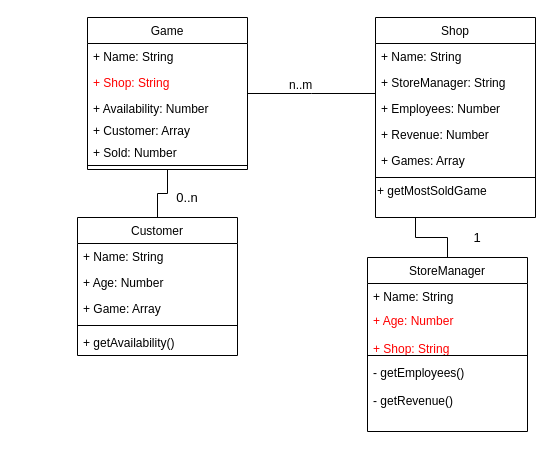
Earlier version of the draw.io diagram GameStop.drawio (loni18ac/GK3). Source tidied: cells renumbered, new cells numbered last; positions are measured from the earlier drawing's top-left corner, leaving out a move shared by most shapes. Both pictures are drawn from the tidied source at 100%, with x=0, y=0 at pixel (77, 17).
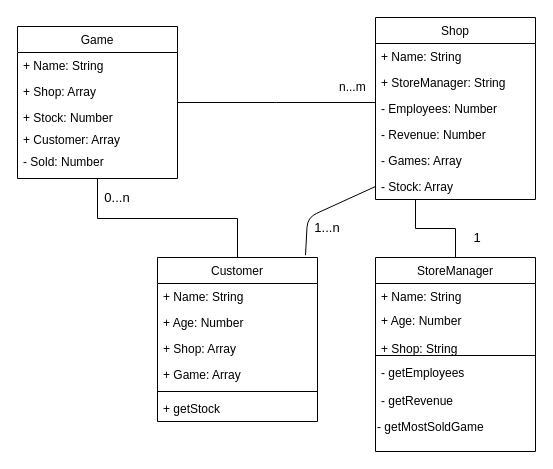
The same diagram, later.

The change refers to these unchanged cells:
```xml
<mxCell id="30" style="endArrow=none;shadow=0;strokeWidth=1;rounded=0;endFill=0;edgeStyle=elbowEdgeStyle;elbow=vertical;" parent="1" edge="1" source="2" target="22">
  <mxGeometry x="0.5" y="41" relative="1" as="geometry">
    <mxPoint x="-40" y="32" as="offset" />
  </mxGeometry>
</mxCell>
```

What changed in the source:
```diff
@@
     <mxCell id="2" value="Game" style="swimlane;fontStyle=0;align=center;verticalAlign=top;horizontal=1;startSize=26;rounded=0;shadow=0;strokeWidth=1;" parent="1" vertex="1">
-      <mxGeometry x="10" width="160" height="152" as="geometry" />
+      <mxGeometry x="-60" y="9" width="160" height="152" as="geometry" />
     </mxCell>
@@
-    <mxCell id="4" value="+ Shop: String" style="text;align=left;verticalAlign=top;spacingLeft=4;spacingRight=4;overflow=hidden;fontColor=#FF0000;" parent="2" vertex="1">
+    <mxCell id="4" value="+ Shop: Array" style="text;align=left;verticalAlign=top;spacingLeft=4;spacingRight=4;overflow=hidden;" parent="2" vertex="1">
       <mxGeometry y="52" width="160" height="26" as="geometry" />
     </mxCell>
-    <mxCell id="5" value="+ Availability: Number" style="text;align=left;verticalAlign=top;spacingLeft=4;spacingRight=4;overflow=hidden;rounded=0;shadow=0;html=0;" parent="2" vertex="1">
+    <mxCell id="5" value="+ Stock: Number" style="text;align=left;verticalAlign=top;spacingLeft=4;spacingRight=4;overflow=hidden;rounded=0;shadow=0;html=0;" parent="2" vertex="1">
       <mxGeometry y="78" width="160" height="22" as="geometry" />
     </mxCell>
@@
-    <mxCell id="7" value="+ Sold: Number" style="text;align=left;verticalAlign=top;spacingLeft=4;spacingRight=4;overflow=hidden;rounded=0;shadow=0;html=0;" parent="2" vertex="1">
+    <mxCell id="7" value="- Sold: Number" style="text;align=left;verticalAlign=top;spacingLeft=4;spacingRight=4;overflow=hidden;rounded=0;shadow=0;html=0;" parent="2" vertex="1">
       <mxGeometry y="122" width="160" height="22" as="geometry" />
     </mxCell>
-    <mxCell id="8" style="line;html=1;strokeWidth=1;align=left;verticalAlign=middle;spacingTop=-1;spacingLeft=3;spacingRight=3;labelPosition=right;" parent="2" vertex="1">
-      <mxGeometry y="144" width="160" height="8" as="geometry" />
-    </mxCell>
     <mxCell id="9" value="Customer" style="swimlane;fontStyle=0;align=center;verticalAlign=top;horizontal=1;startSize=26;rounded=0;shadow=0;strokeWidth=1;" parent="1" vertex="1">
-      <mxGeometry y="200" width="160" height="138" as="geometry" />
+      <mxGeometry x="80" y="240" width="160" height="164" as="geometry" />
     </mxCell>
@@
+    <mxCell id="34" value="+ Shop: Array" style="text;align=left;verticalAlign=top;spacingLeft=4;spacingRight=4;overflow=hidden;" parent="9" vertex="1">
+      <mxGeometry y="78" width="160" height="26" as="geometry" />
+    </mxCell>
     <mxCell id="12" value="+ Game: Array" style="text;align=left;verticalAlign=top;spacingLeft=4;spacingRight=4;overflow=hidden;rounded=0;shadow=0;html=0;" parent="9" vertex="1">
-      <mxGeometry y="78" width="160" height="26" as="geometry" />
+      <mxGeometry y="104" width="160" height="26" as="geometry" />
     </mxCell>
     <mxCell id="13" style="line;html=1;strokeWidth=1;align=left;verticalAlign=middle;spacingTop=-1;spacingLeft=3;spacingRight=3;labelPosition=right;" parent="9" vertex="1">
-      <mxGeometry y="104" width="160" height="8" as="geometry" />
+      <mxGeometry y="130" width="160" height="8" as="geometry" />
     </mxCell>
-    <mxCell id="14" value="+ getAvailability()" style="text;align=left;verticalAlign=top;spacingLeft=4;spacingRight=4;overflow=hidden;" parent="9" vertex="1">
-      <mxGeometry y="112" width="160" height="26" as="geometry" />
+    <mxCell id="14" value="+ getStock" style="text;align=left;verticalAlign=top;spacingLeft=4;spacingRight=4;overflow=hidden;" parent="9" vertex="1">
+      <mxGeometry y="138" width="160" height="26" as="geometry" />
     </mxCell>
@@
     <mxCell id="16" value="StoreManager" style="swimlane;fontStyle=0;align=center;verticalAlign=top;horizontal=1;startSize=26;rounded=0;shadow=0;strokeWidth=1;" parent="1" vertex="1">
-      <mxGeometry x="290" y="240" width="160" height="174" as="geometry" />
+      <mxGeometry x="298" y="240" width="160" height="194" as="geometry" />
     </mxCell>
@@
-    <mxCell id="18" value="+ Age: Number&#10;&#10;+ Shop: String&#10;" style="text;align=left;verticalAlign=top;spacingLeft=4;spacingRight=4;overflow=hidden;fontColor=#FF0000;" parent="16" vertex="1">
+    <mxCell id="18" value="+ Age: Number&#10;&#10;+ Shop: String&#10;" style="text;align=left;verticalAlign=top;spacingLeft=4;spacingRight=4;overflow=hidden;" parent="16" vertex="1">
       <mxGeometry y="50" width="160" height="44" as="geometry" />
     </mxCell>
@@
-    <mxCell id="20" value="- getEmployees()&#10;&#10;- getRevenue()" style="text;align=left;verticalAlign=top;spacingLeft=4;spacingRight=4;overflow=hidden;" parent="16" vertex="1">
-      <mxGeometry y="102" width="160" height="72" as="geometry" />
+    <mxCell id="20" value="- getEmployees&#10;&#10;- getRevenue" style="text;align=left;verticalAlign=top;spacingLeft=4;spacingRight=4;overflow=hidden;" parent="16" vertex="1">
+      <mxGeometry y="102" width="160" height="58" as="geometry" />
     </mxCell>
+    <mxCell id="29" value="- getMostSoldGame" style="text;html=1;align=left;verticalAlign=middle;" parent="16" vertex="1">
+      <mxGeometry y="160" width="160" height="20" as="geometry" />
+    </mxCell>
@@
     <mxCell id="22" value="Shop" style="swimlane;fontStyle=0;align=center;verticalAlign=top;horizontal=1;startSize=26;rounded=0;shadow=0;strokeWidth=1;" parent="1" vertex="1">
-      <mxGeometry x="298" width="160" height="200" as="geometry" />
+      <mxGeometry x="298" width="160" height="182" as="geometry" />
     </mxCell>
@@
-    <mxCell id="25" value="+ Employees: Number" style="text;align=left;verticalAlign=top;spacingLeft=4;spacingRight=4;overflow=hidden;rounded=0;shadow=0;html=0;" parent="22" vertex="1">
+    <mxCell id="25" value="- Employees: Number" style="text;align=left;verticalAlign=top;spacingLeft=4;spacingRight=4;overflow=hidden;rounded=0;shadow=0;html=0;" parent="22" vertex="1">
       <mxGeometry y="78" width="160" height="26" as="geometry" />
     </mxCell>
-    <mxCell id="26" value="+ Revenue: Number" style="text;align=left;verticalAlign=top;spacingLeft=4;spacingRight=4;overflow=hidden;rounded=0;shadow=0;html=0;" parent="22" vertex="1">
+    <mxCell id="26" value="- Revenue: Number" style="text;align=left;verticalAlign=top;spacingLeft=4;spacingRight=4;overflow=hidden;rounded=0;shadow=0;html=0;" parent="22" vertex="1">
       <mxGeometry y="104" width="160" height="26" as="geometry" />
     </mxCell>
-    <mxCell id="27" value="+ Games: Array" style="text;align=left;verticalAlign=top;spacingLeft=4;spacingRight=4;overflow=hidden;rounded=0;shadow=0;html=0;" parent="22" vertex="1">
+    <mxCell id="27" value="- Games: Array" style="text;align=left;verticalAlign=top;spacingLeft=4;spacingRight=4;overflow=hidden;rounded=0;shadow=0;html=0;" parent="22" vertex="1">
       <mxGeometry y="130" width="160" height="26" as="geometry" />
     </mxCell>
-    <mxCell id="28" style="line;html=1;strokeWidth=1;align=left;verticalAlign=middle;spacingTop=-1;spacingLeft=3;spacingRight=3;labelPosition=right;" parent="22" vertex="1">
-      <mxGeometry y="156" width="160" height="8" as="geometry" />
-    </mxCell>
-    <mxCell id="29" value="+ getMostSoldGame" style="text;html=1;align=left;verticalAlign=middle;" parent="22" vertex="1">
-      <mxGeometry y="164" width="160" height="20" as="geometry" />
-    </mxCell>
+    <mxCell id="35" value="- Stock: Array" style="text;align=left;verticalAlign=top;spacingLeft=4;spacingRight=4;overflow=hidden;points=[[0,0.5],[1,0.5]];portConstraint=eastwest;rounded=0;shadow=0;html=0;" parent="22" vertex="1">
+      <mxGeometry y="156" width="160" height="26" as="geometry" />
+    </mxCell>
@@
-    <mxCell id="31" value="n..m" style="align=left;verticalAlign=bottom;labelBackgroundColor=none;fontSize=12;" parent="30" vertex="1">
+    <mxCell id="31" value="n...m" style="align=left;verticalAlign=bottom;labelBackgroundColor=none;fontSize=12;" parent="30" vertex="1">
       <mxGeometry x="-1" relative="1" as="geometry">
-        <mxPoint x="40" as="offset" />
+        <mxPoint x="160" y="-7" as="offset" />
       </mxGeometry>
     </mxCell>
-    <mxCell id="32" value="0..n" style="text;html=1;strokeColor=none;fillColor=none;align=center;verticalAlign=middle;whiteSpace=wrap;rounded=0;fontSize=13;" parent="1" vertex="1">
-      <mxGeometry x="90" y="170" width="40" height="20" as="geometry" />
+    <mxCell id="32" value="0...n" style="text;html=1;strokeColor=none;fillColor=none;align=center;verticalAlign=middle;whiteSpace=wrap;rounded=0;fontSize=13;" parent="1" vertex="1">
+      <mxGeometry x="20" y="170" width="40" height="20" as="geometry" />
     </mxCell>
@@
+    <mxCell id="36" style="endArrow=none;html=1;fontColor=#000000;exitX=0.925;exitY=-0.014;exitDx=0;exitDy=0;exitPerimeter=0;entryX=0;entryY=0.5;entryDx=0;entryDy=0;" parent="1" edge="1" source="9" target="35">
+      <mxGeometry relative="1" as="geometry">
+        <Array as="points">
+          <mxPoint x="230" y="200" />
+        </Array>
+      </mxGeometry>
+    </mxCell>
+    <mxCell id="37" value="1...n" style="text;html=1;strokeColor=none;fillColor=none;align=center;verticalAlign=middle;whiteSpace=wrap;rounded=0;fontSize=13;" parent="1" vertex="1">
+      <mxGeometry x="230" y="200" width="40" height="20" as="geometry" />
+    </mxCell>
```
